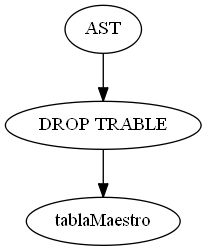
Before: grafo.png, a diagram exported from Graphviz (EdilsonJimenez/compi2-proyecto). Its source is kept beside it as Grafo.dot.
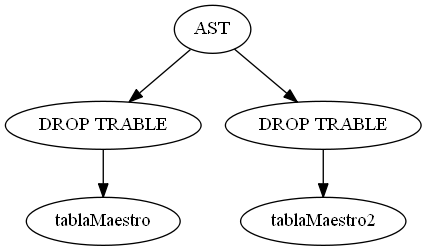
Above is the later version.

Change to the diagram source:
```diff
@@ -5,4 +5,8 @@
 Node0->Node1;
 Node2[label="tablaMaestro"]
 Node1->Node2;
+Node3[label="DROP TRABLE"]
+Node0->Node3;
+Node4[label="tablaMaestro2"]
+Node3->Node4;
 }
```
